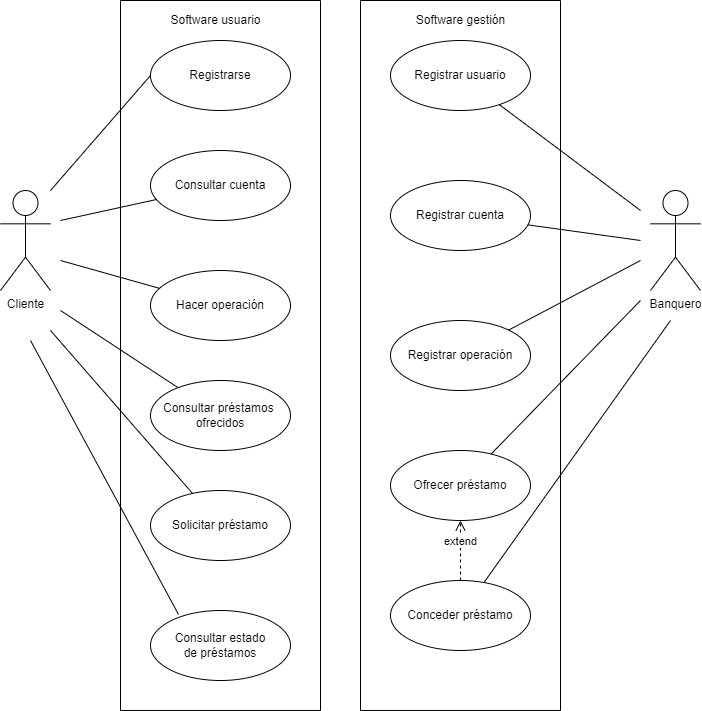
Before: Diagrama casos de uso.png, a diagram exported from draw.io (Kangelx/Equipo3). Source tidied: cells renumbered, new cells last; positions are measured from the earlier drawing's top-left corner, leaving out a move shared by most shapes. The source it was exported from:
```xml
<mxGraphModel>
  <root>
    <mxCell id="0" />
    <mxCell id="1" parent="0" />
    <mxCell id="2" style="rounded=0;whiteSpace=wrap;html=1;direction=south;fillColor=none;" parent="1" vertex="1">
      <mxGeometry x="120" width="200" height="710" as="geometry" />
    </mxCell>
    <mxCell id="3" value="Cliente" style="shape=umlActor;verticalLabelPosition=bottom;verticalAlign=top;html=1;" parent="1" vertex="1">
      <mxGeometry y="190" width="50" height="100" as="geometry" />
    </mxCell>
    <mxCell id="4" style="rounded=0;whiteSpace=wrap;html=1;direction=south;fillColor=none;" parent="1" vertex="1">
      <mxGeometry x="360" width="200" height="710" as="geometry" />
    </mxCell>
    <mxCell id="5" value="Banquero" style="shape=umlActor;verticalLabelPosition=bottom;verticalAlign=top;html=1;" parent="1" vertex="1">
      <mxGeometry x="650" y="190" width="50" height="100" as="geometry" />
    </mxCell>
    <mxCell id="6" value="Software usuario" style="text;html=1;align=center;verticalAlign=middle;strokeColor=none;fillColor=none;" parent="1" vertex="1">
      <mxGeometry x="160" y="10" width="110" height="20" as="geometry" />
    </mxCell>
    <mxCell id="7" value="Software gestión" style="text;html=1;align=center;verticalAlign=middle;strokeColor=none;fillColor=none;" parent="1" vertex="1">
      <mxGeometry x="410" y="10" width="100" height="20" as="geometry" />
    </mxCell>
    <mxCell id="8" value="Registrarse" style="ellipse;whiteSpace=wrap;html=1;strokeColor=default;fillColor=none;" parent="1" vertex="1">
      <mxGeometry x="150" y="40" width="140" height="70" as="geometry" />
    </mxCell>
    <mxCell id="9" value="Consultar cuenta" style="ellipse;whiteSpace=wrap;html=1;strokeColor=default;fillColor=none;" parent="1" vertex="1">
      <mxGeometry x="150" y="150" width="140" height="70" as="geometry" />
    </mxCell>
    <mxCell id="10" value="Hacer operación" style="ellipse;whiteSpace=wrap;html=1;strokeColor=default;fillColor=none;" parent="1" vertex="1">
      <mxGeometry x="150" y="270" width="140" height="70" as="geometry" />
    </mxCell>
    <mxCell id="11" value="Consultar préstamos&amp;nbsp;&lt;br&gt;ofrecidos" style="ellipse;whiteSpace=wrap;html=1;strokeColor=default;fillColor=none;" parent="1" vertex="1">
      <mxGeometry x="150" y="380" width="140" height="70" as="geometry" />
    </mxCell>
    <mxCell id="12" value="Solicitar préstamo" style="ellipse;whiteSpace=wrap;html=1;strokeColor=default;fillColor=none;" parent="1" vertex="1">
      <mxGeometry x="150" y="490" width="140" height="70" as="geometry" />
    </mxCell>
    <mxCell id="13" value="Consultar estado&lt;br&gt;de préstamos" style="ellipse;whiteSpace=wrap;html=1;strokeColor=default;fillColor=none;" parent="1" vertex="1">
      <mxGeometry x="150" y="610" width="140" height="70" as="geometry" />
    </mxCell>
    <mxCell id="14" value="Registrar usuario" style="ellipse;whiteSpace=wrap;html=1;strokeColor=default;fillColor=none;" parent="1" vertex="1">
      <mxGeometry x="390" y="40" width="140" height="70" as="geometry" />
    </mxCell>
    <mxCell id="15" value="Registrar cuenta" style="ellipse;whiteSpace=wrap;html=1;strokeColor=default;fillColor=none;" parent="1" vertex="1">
      <mxGeometry x="390" y="180" width="140" height="70" as="geometry" />
    </mxCell>
    <mxCell id="16" value="Ofrecer préstamo" style="ellipse;whiteSpace=wrap;html=1;strokeColor=default;fillColor=none;" parent="1" vertex="1">
      <mxGeometry x="390" y="450" width="140" height="70" as="geometry" />
    </mxCell>
    <mxCell id="17" value="Conceder préstamo" style="ellipse;whiteSpace=wrap;html=1;strokeColor=default;fillColor=none;" parent="1" vertex="1">
      <mxGeometry x="390" y="580" width="140" height="70" as="geometry" />
    </mxCell>
    <mxCell id="18" value="Registrar operación" style="ellipse;whiteSpace=wrap;html=1;strokeColor=default;fillColor=none;" parent="1" vertex="1">
      <mxGeometry x="390" y="320" width="140" height="70" as="geometry" />
    </mxCell>
    <mxCell id="19" style="endArrow=none;html=1;rounded=0;entryX=0;entryY=0.5;entryDx=0;entryDy=0;" parent="1" edge="1" target="8">
      <mxGeometry relative="1" as="geometry">
        <mxPoint x="50" y="190" as="sourcePoint" />
      </mxGeometry>
    </mxCell>
    <mxCell id="20" style="endArrow=none;html=1;rounded=0;" parent="1" edge="1" target="9">
      <mxGeometry relative="1" as="geometry">
        <mxPoint x="60" y="220" as="sourcePoint" />
      </mxGeometry>
    </mxCell>
    <mxCell id="21" style="endArrow=none;html=1;rounded=0;" parent="1" edge="1" target="10">
      <mxGeometry relative="1" as="geometry">
        <mxPoint x="60" y="260" as="sourcePoint" />
      </mxGeometry>
    </mxCell>
    <mxCell id="22" style="endArrow=none;html=1;rounded=0;" parent="1" edge="1" target="11">
      <mxGeometry relative="1" as="geometry">
        <mxPoint x="60" y="310" as="sourcePoint" />
      </mxGeometry>
    </mxCell>
    <mxCell id="23" style="endArrow=none;html=1;rounded=0;" parent="1" edge="1" target="12">
      <mxGeometry relative="1" as="geometry">
        <mxPoint x="50" y="330" as="sourcePoint" />
      </mxGeometry>
    </mxCell>
    <mxCell id="24" style="endArrow=none;html=1;rounded=0;entryX=0.2;entryY=0.057;entryDx=0;entryDy=0;entryPerimeter=0;" parent="1" edge="1" target="13">
      <mxGeometry relative="1" as="geometry">
        <mxPoint x="30" y="340" as="sourcePoint" />
      </mxGeometry>
    </mxCell>
    <mxCell id="25" style="endArrow=none;html=1;rounded=0;" parent="1" edge="1" target="14">
      <mxGeometry relative="1" as="geometry">
        <mxPoint x="640" y="210" as="sourcePoint" />
      </mxGeometry>
    </mxCell>
    <mxCell id="26" style="endArrow=none;html=1;rounded=0;" parent="1" edge="1" target="15">
      <mxGeometry relative="1" as="geometry">
        <mxPoint x="640" y="240" as="sourcePoint" />
      </mxGeometry>
    </mxCell>
    <mxCell id="27" style="endArrow=none;html=1;rounded=0;" parent="1" edge="1" target="18">
      <mxGeometry relative="1" as="geometry">
        <mxPoint x="640" y="260" as="sourcePoint" />
      </mxGeometry>
    </mxCell>
    <mxCell id="28" style="endArrow=none;html=1;rounded=0;" parent="1" edge="1" target="16">
      <mxGeometry relative="1" as="geometry">
        <mxPoint x="640" y="300" as="sourcePoint" />
      </mxGeometry>
    </mxCell>
    <mxCell id="29" style="endArrow=none;html=1;rounded=0;" parent="1" edge="1" target="17">
      <mxGeometry relative="1" as="geometry">
        <mxPoint x="670" y="320" as="sourcePoint" />
      </mxGeometry>
    </mxCell>
    <mxCell id="30" value="extend" style="html=1;verticalAlign=bottom;endArrow=open;dashed=1;endSize=8;rounded=0;entryX=0.5;entryY=1;entryDx=0;entryDy=0;" parent="1" edge="1" source="17" target="16">
      <mxGeometry relative="1" as="geometry" />
    </mxCell>
  </root>
</mxGraphModel>
```
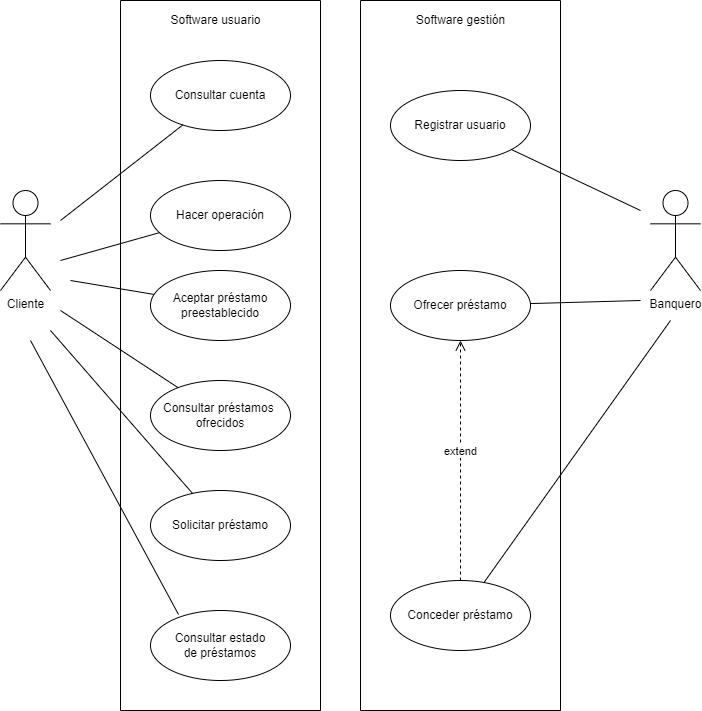
The same file after the commit.

What changed in the source:
```diff
@@ -20,14 +20,11 @@
     <mxCell id="7" value="Software gestión" style="text;html=1;align=center;verticalAlign=middle;strokeColor=none;fillColor=none;" parent="1" vertex="1">
       <mxGeometry x="410" y="10" width="100" height="20" as="geometry" />
     </mxCell>
-    <mxCell id="8" value="Registrarse" style="ellipse;whiteSpace=wrap;html=1;strokeColor=default;fillColor=none;" parent="1" vertex="1">
-      <mxGeometry x="150" y="40" width="140" height="70" as="geometry" />
-    </mxCell>
     <mxCell id="9" value="Consultar cuenta" style="ellipse;whiteSpace=wrap;html=1;strokeColor=default;fillColor=none;" parent="1" vertex="1">
-      <mxGeometry x="150" y="150" width="140" height="70" as="geometry" />
+      <mxGeometry x="150" y="60" width="140" height="70" as="geometry" />
     </mxCell>
     <mxCell id="10" value="Hacer operación" style="ellipse;whiteSpace=wrap;html=1;strokeColor=default;fillColor=none;" parent="1" vertex="1">
-      <mxGeometry x="150" y="270" width="140" height="70" as="geometry" />
+      <mxGeometry x="150" y="180" width="140" height="70" as="geometry" />
     </mxCell>
     <mxCell id="11" value="Consultar préstamos&amp;nbsp;&lt;br&gt;ofrecidos" style="ellipse;whiteSpace=wrap;html=1;strokeColor=default;fillColor=none;" parent="1" vertex="1">
       <mxGeometry x="150" y="380" width="140" height="70" as="geometry" />
@@ -39,25 +36,14 @@
       <mxGeometry x="150" y="610" width="140" height="70" as="geometry" />
     </mxCell>
     <mxCell id="14" value="Registrar usuario" style="ellipse;whiteSpace=wrap;html=1;strokeColor=default;fillColor=none;" parent="1" vertex="1">
-      <mxGeometry x="390" y="40" width="140" height="70" as="geometry" />
+      <mxGeometry x="390" y="90" width="140" height="70" as="geometry" />
     </mxCell>
-    <mxCell id="15" value="Registrar cuenta" style="ellipse;whiteSpace=wrap;html=1;strokeColor=default;fillColor=none;" parent="1" vertex="1">
-      <mxGeometry x="390" y="180" width="140" height="70" as="geometry" />
-    </mxCell>
     <mxCell id="16" value="Ofrecer préstamo" style="ellipse;whiteSpace=wrap;html=1;strokeColor=default;fillColor=none;" parent="1" vertex="1">
-      <mxGeometry x="390" y="450" width="140" height="70" as="geometry" />
+      <mxGeometry x="390" y="270" width="140" height="70" as="geometry" />
     </mxCell>
     <mxCell id="17" value="Conceder préstamo" style="ellipse;whiteSpace=wrap;html=1;strokeColor=default;fillColor=none;" parent="1" vertex="1">
       <mxGeometry x="390" y="580" width="140" height="70" as="geometry" />
     </mxCell>
-    <mxCell id="18" value="Registrar operación" style="ellipse;whiteSpace=wrap;html=1;strokeColor=default;fillColor=none;" parent="1" vertex="1">
-      <mxGeometry x="390" y="320" width="140" height="70" as="geometry" />
-    </mxCell>
-    <mxCell id="19" style="endArrow=none;html=1;rounded=0;entryX=0;entryY=0.5;entryDx=0;entryDy=0;" parent="1" edge="1" target="8">
-      <mxGeometry relative="1" as="geometry">
-        <mxPoint x="50" y="190" as="sourcePoint" />
-      </mxGeometry>
-    </mxCell>
     <mxCell id="20" style="endArrow=none;html=1;rounded=0;" parent="1" edge="1" target="9">
       <mxGeometry relative="1" as="geometry">
         <mxPoint x="60" y="220" as="sourcePoint" />
@@ -88,16 +74,6 @@
         <mxPoint x="640" y="210" as="sourcePoint" />
       </mxGeometry>
     </mxCell>
-    <mxCell id="26" style="endArrow=none;html=1;rounded=0;" parent="1" edge="1" target="15">
-      <mxGeometry relative="1" as="geometry">
-        <mxPoint x="640" y="240" as="sourcePoint" />
-      </mxGeometry>
-    </mxCell>
-    <mxCell id="27" style="endArrow=none;html=1;rounded=0;" parent="1" edge="1" target="18">
-      <mxGeometry relative="1" as="geometry">
-        <mxPoint x="640" y="260" as="sourcePoint" />
-      </mxGeometry>
-    </mxCell>
     <mxCell id="28" style="endArrow=none;html=1;rounded=0;" parent="1" edge="1" target="16">
       <mxGeometry relative="1" as="geometry">
         <mxPoint x="640" y="300" as="sourcePoint" />
@@ -111,5 +87,13 @@
     <mxCell id="30" value="extend" style="html=1;verticalAlign=bottom;endArrow=open;dashed=1;endSize=8;rounded=0;entryX=0.5;entryY=1;entryDx=0;entryDy=0;" parent="1" edge="1" source="17" target="16">
       <mxGeometry relative="1" as="geometry" />
     </mxCell>
+    <mxCell id="31" value="Aceptar préstamo preestablecido" style="ellipse;whiteSpace=wrap;html=1;strokeColor=default;fillColor=none;" parent="1" vertex="1">
+      <mxGeometry x="150" y="270" width="140" height="70" as="geometry" />
+    </mxCell>
+    <mxCell id="32" style="endArrow=none;html=1;rounded=0;" parent="1" edge="1" target="31">
+      <mxGeometry relative="1" as="geometry">
+        <mxPoint x="70" y="280" as="sourcePoint" />
+      </mxGeometry>
+    </mxCell>
   </root>
 </mxGraphModel>
```
